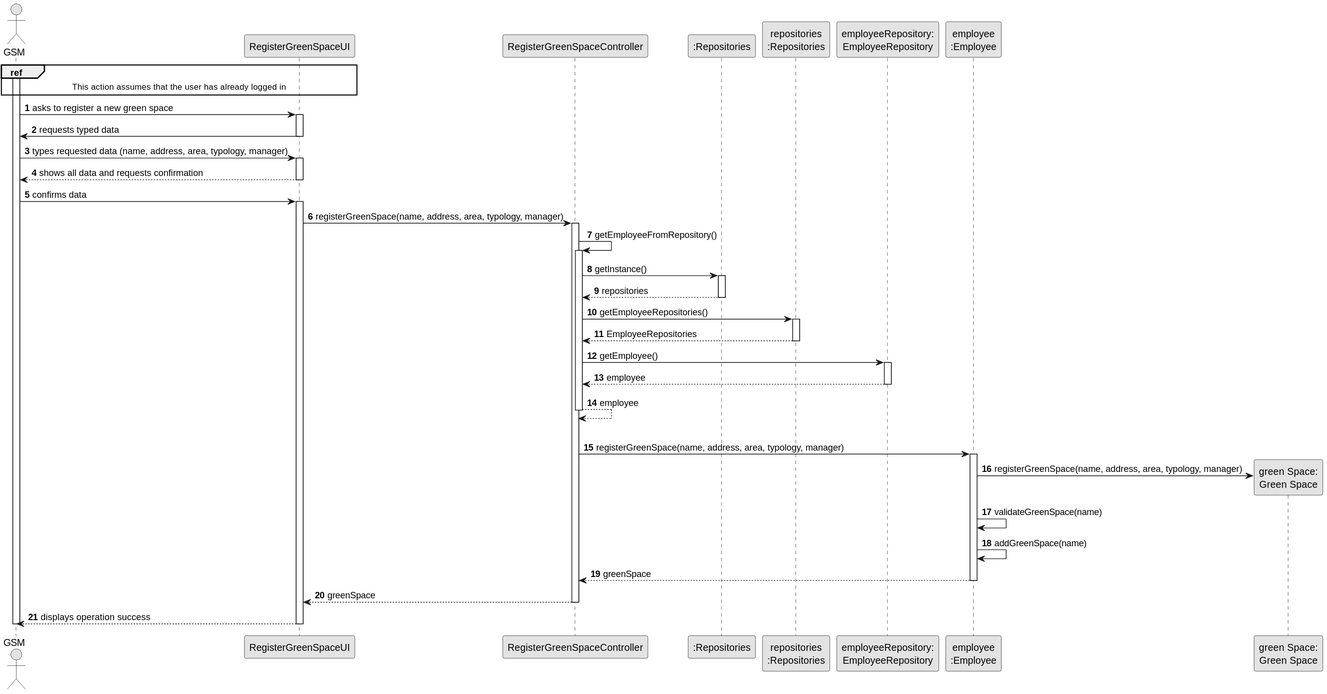
Earlier version of the PlantUML export docs/sprintC/US020/03.design/svg/us20-sequence-diagram-full.svg (LopemigueISEP/lei-24-s2-1nb-g312).
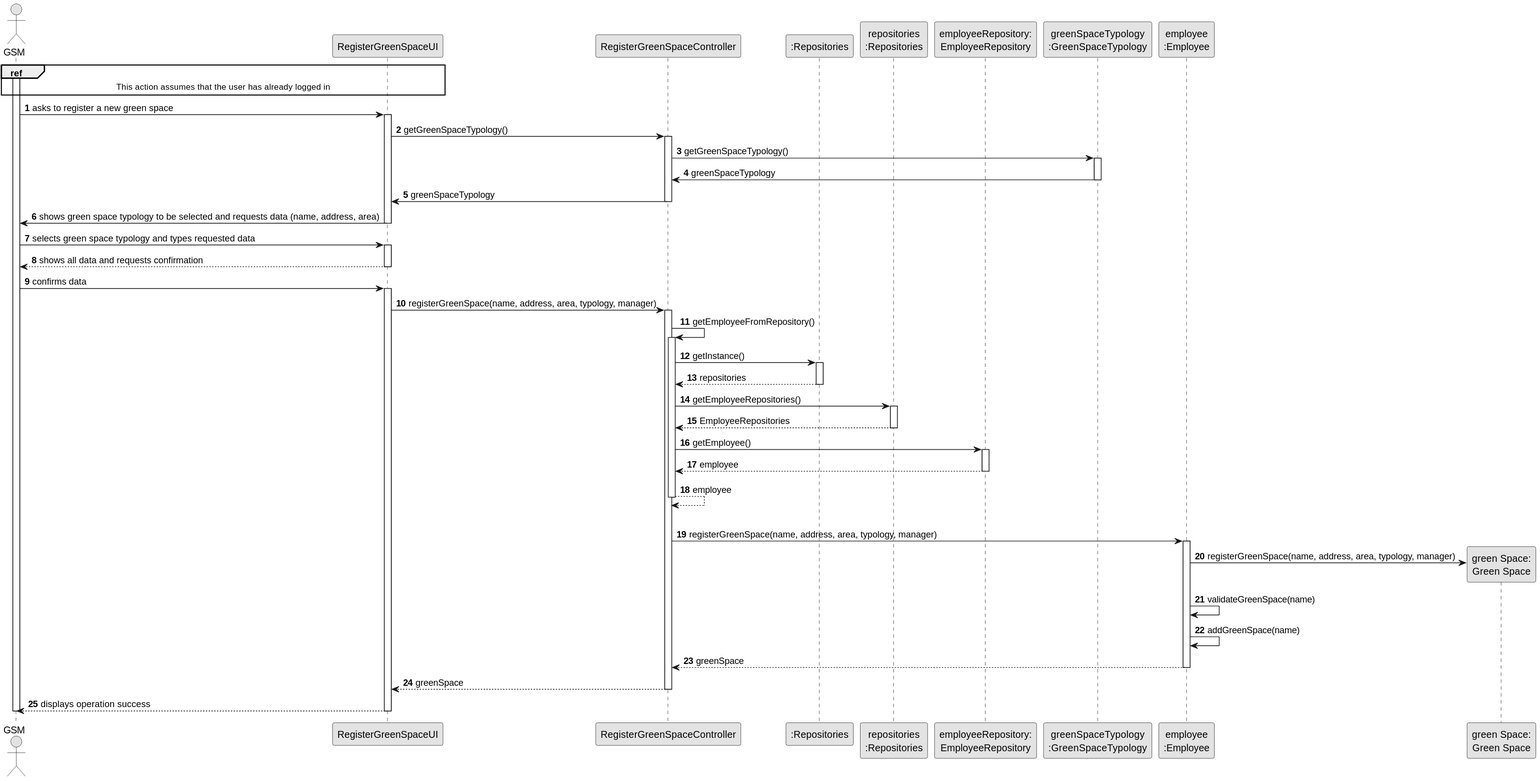
After the commit.

Change to the diagram source:
```diff
@@ -11,6 +11,7 @@
 participant ":Repositories" as RepositorySingleton
 participant "repositories\n:Repositories" as PLAT
 participant "employeeRepository:\nEmployeeRepository" as EMPLREP
+participant "greenSpaceTypology\n:GreenSpaceTypology" as GreenSpaceTypology
 
 participant "employee\n:Employee" as EMP
 participant "green Space:\nGreen Space" as GREENSPACE
@@ -20,11 +21,19 @@
 
 GSM -> UI : asks to register a new green space
 activate UI
+ UI -> CTRL: getGreenSpaceTypology()
+        activate CTRL
+            CTRL -> GreenSpaceTypology : getGreenSpaceTypology()
+            activate GreenSpaceTypology
+                GreenSpaceTypology -> CTRL: greenSpaceTypology
+            deactivate GreenSpaceTypology
+        CTRL -> UI : greenSpaceTypology
+        deactivate CTRL
+UI -> GSM : shows green space typology to be selected and requests data (name, address, area)
 
-UI -> GSM : requests typed data
 deactivate UI
 
-GSM -> UI : types requested data (name, address, area, typology, manager)
+GSM -> UI : selects green space typology and types requested data
 activate UI
 
 UI --> GSM : shows all data and requests confirmation
```
